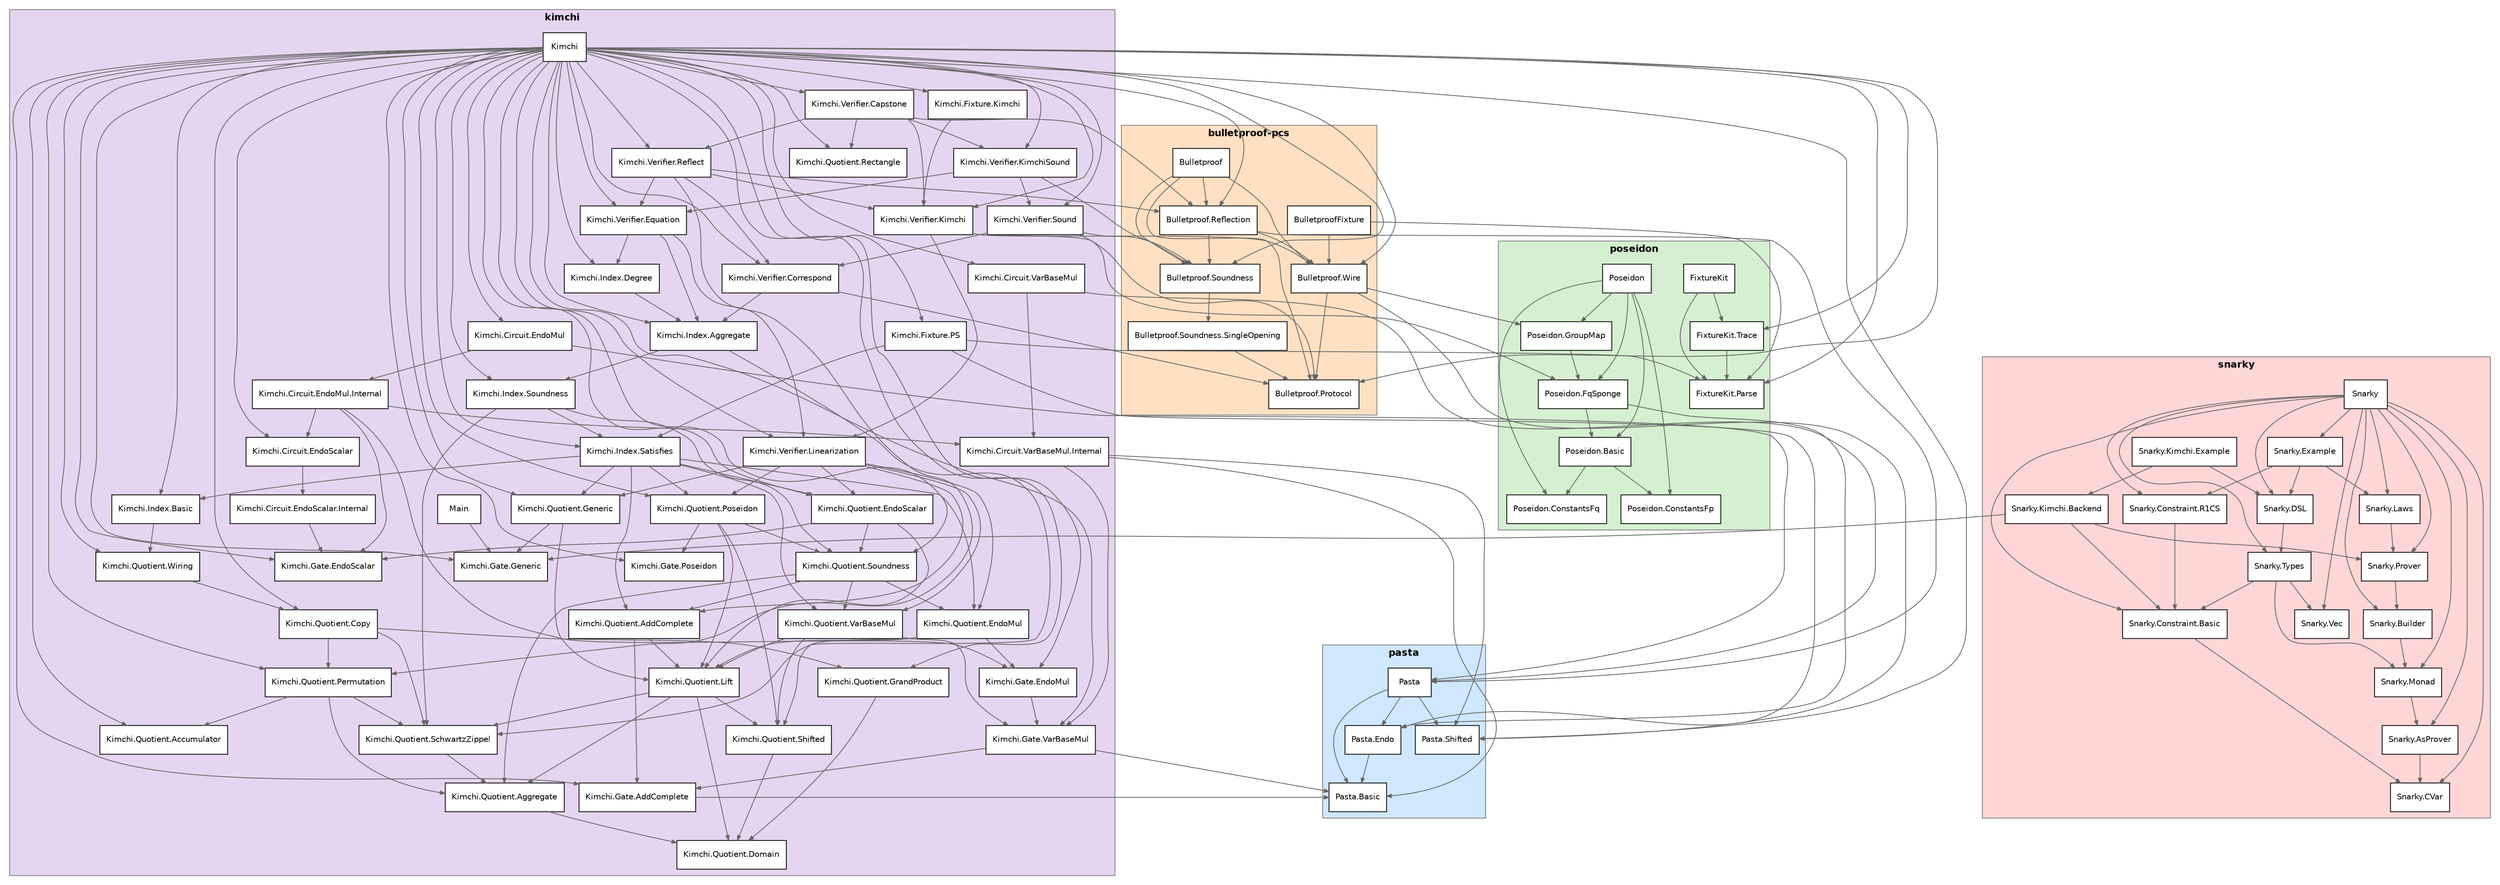
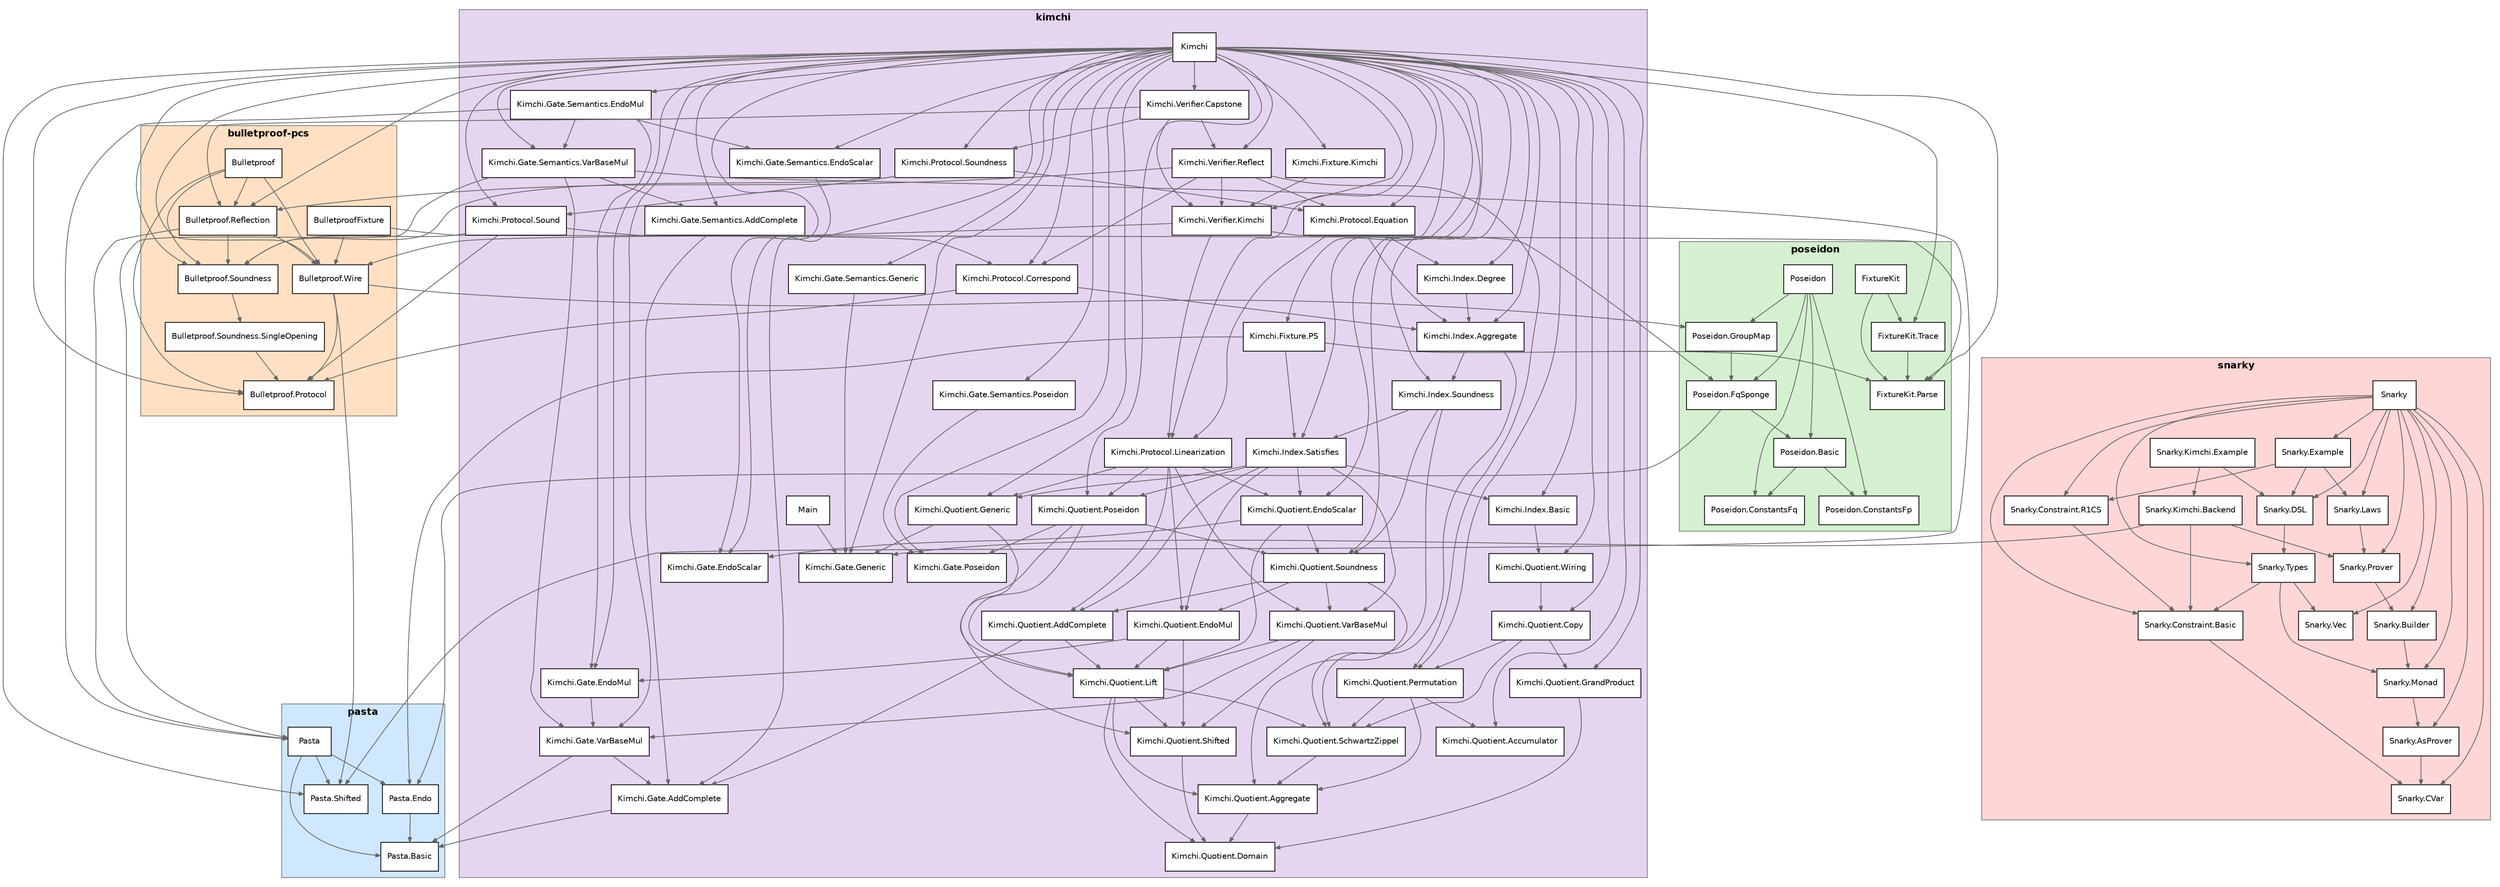
digraph "formal-modules" {
  rankdir=TB;
  node [shape=box, style=filled, fillcolor=white, fontsize=10, fontname="Helvetica"];
  edge [color=gray40, arrowsize=0.6];
  subgraph "cluster_pasta" {
    label="pasta"; style=filled; fillcolor="#cfe8ff";
    color=gray50; fontsize=12; fontname="Helvetica-Bold";
    "Pasta.Basic";
    "Pasta.Endo";
    "Pasta";
    "Pasta.Shifted";
  }
  subgraph "cluster_poseidon" {
    label="poseidon"; style=filled; fillcolor="#d5f0d0";
    color=gray50; fontsize=12; fontname="Helvetica-Bold";
    "FixtureKit";
    "FixtureKit.Parse";
    "FixtureKit.Trace";
    "Poseidon.Basic";
    "Poseidon.ConstantsFp";
    "Poseidon.ConstantsFq";
    "Poseidon.FqSponge";
    "Poseidon.GroupMap";
    "Poseidon";
  }
  subgraph "cluster_bulletproof-pcs" {
    label="bulletproof-pcs"; style=filled; fillcolor="#ffe0c2";
    color=gray50; fontsize=12; fontname="Helvetica-Bold";
    "BulletproofFixture";
    "Bulletproof";
    "Bulletproof.Protocol";
    "Bulletproof.Reflection";
    "Bulletproof.Soundness";
    "Bulletproof.Soundness.SingleOpening";
    "Bulletproof.Wire";
  }
  subgraph "cluster_kimchi" {
    label="kimchi"; style=filled; fillcolor="#e6d5f0";
    color=gray50; fontsize=12; fontname="Helvetica-Bold";
-     "Kimchi.Circuit.EndoMul.Internal";
-     "Kimchi.Circuit.EndoMul";
-     "Kimchi.Circuit.EndoScalar.Internal";
-     "Kimchi.Circuit.EndoScalar";
-     "Kimchi.Circuit.VarBaseMul.Internal";
-     "Kimchi.Circuit.VarBaseMul";
    "Kimchi.Fixture.Kimchi";
    "Kimchi.Fixture.PS";
    "Kimchi.Gate.AddComplete";
    "Kimchi.Gate.EndoMul";
    "Kimchi.Gate.EndoScalar";
    "Kimchi.Gate.Generic";
    "Kimchi.Gate.Poseidon";
+     "Kimchi.Gate.Semantics.AddComplete";
+     "Kimchi.Gate.Semantics.EndoMul";
+     "Kimchi.Gate.Semantics.EndoScalar";
+     "Kimchi.Gate.Semantics.Generic";
+     "Kimchi.Gate.Semantics.Poseidon";
+     "Kimchi.Gate.Semantics.VarBaseMul";
    "Kimchi.Gate.VarBaseMul";
    "Kimchi.Index.Aggregate";
    "Kimchi.Index.Basic";
    "Kimchi.Index.Degree";
    "Kimchi.Index.Satisfies";
    "Kimchi.Index.Soundness";
    "Kimchi";
+     "Kimchi.Protocol.Correspond";
+     "Kimchi.Protocol.Equation";
+     "Kimchi.Protocol.Linearization";
+     "Kimchi.Protocol.Sound";
+     "Kimchi.Protocol.Soundness";
    "Kimchi.Quotient.Accumulator";
    "Kimchi.Quotient.AddComplete";
    "Kimchi.Quotient.Aggregate";
    "Kimchi.Quotient.Copy";
    "Kimchi.Quotient.Domain";
    "Kimchi.Quotient.EndoMul";
    "Kimchi.Quotient.EndoScalar";
    "Kimchi.Quotient.Generic";
    "Kimchi.Quotient.GrandProduct";
    "Kimchi.Quotient.Lift";
    "Kimchi.Quotient.Permutation";
    "Kimchi.Quotient.Poseidon";
-     "Kimchi.Quotient.Rectangle";
    "Kimchi.Quotient.SchwartzZippel";
    "Kimchi.Quotient.Shifted";
    "Kimchi.Quotient.Soundness";
    "Kimchi.Quotient.VarBaseMul";
    "Kimchi.Quotient.Wiring";
    "Kimchi.Verifier.Capstone";
-     "Kimchi.Verifier.Correspond";
-     "Kimchi.Verifier.Equation";
    "Kimchi.Verifier.Kimchi";
-     "Kimchi.Verifier.KimchiSound";
-     "Kimchi.Verifier.Linearization";
    "Kimchi.Verifier.Reflect";
-     "Kimchi.Verifier.Sound";
    "Main";
  }
  subgraph "cluster_snarky" {
    label="snarky"; style=filled; fillcolor="#ffd6d6";
    color=gray50; fontsize=12; fontname="Helvetica-Bold";
    "Snarky.AsProver";
    "Snarky.Builder";
    "Snarky.Constraint.Basic";
    "Snarky.Constraint.R1CS";
    "Snarky.CVar";
    "Snarky.DSL";
    "Snarky.Example";
    "Snarky.Kimchi.Backend";
    "Snarky.Kimchi.Example";
    "Snarky.Laws";
    "Snarky";
    "Snarky.Monad";
    "Snarky.Prover";
    "Snarky.Types";
    "Snarky.Vec";
  }
  "Pasta.Endo" -> "Pasta.Basic";
  "Pasta" -> "Pasta.Basic";
  "Pasta" -> "Pasta.Endo";
  "Pasta" -> "Pasta.Shifted";
  "FixtureKit" -> "FixtureKit.Parse";
  "FixtureKit" -> "FixtureKit.Trace";
  "FixtureKit.Trace" -> "FixtureKit.Parse";
  "Poseidon.Basic" -> "Poseidon.ConstantsFq";
  "Poseidon.Basic" -> "Poseidon.ConstantsFp";
  "Poseidon.FqSponge" -> "Poseidon.Basic";
  "Poseidon.FqSponge" -> "Pasta.Endo";
  "Poseidon.GroupMap" -> "Poseidon.FqSponge";
  "Poseidon" -> "Poseidon.ConstantsFp";
  "Poseidon" -> "Poseidon.ConstantsFq";
  "Poseidon" -> "Poseidon.Basic";
  "Poseidon" -> "Poseidon.FqSponge";
  "Poseidon" -> "Poseidon.GroupMap";
  "BulletproofFixture" -> "Bulletproof.Wire";
  "BulletproofFixture" -> "FixtureKit.Parse";
  "Bulletproof" -> "Bulletproof.Protocol";
  "Bulletproof" -> "Bulletproof.Wire";
  "Bulletproof" -> "Bulletproof.Soundness";
  "Bulletproof" -> "Bulletproof.Reflection";
  "Bulletproof.Reflection" -> "Bulletproof.Wire";
  "Bulletproof.Reflection" -> "Bulletproof.Soundness";
  "Bulletproof.Reflection" -> "Pasta";
  "Bulletproof.Soundness" -> "Bulletproof.Soundness.SingleOpening";
  "Bulletproof.Soundness.SingleOpening" -> "Bulletproof.Protocol";
  "Bulletproof.Wire" -> "Pasta.Shifted";
  "Bulletproof.Wire" -> "Poseidon.GroupMap";
  "Bulletproof.Wire" -> "Bulletproof.Protocol";
-   "Kimchi.Circuit.EndoMul.Internal" -> "Kimchi.Gate.EndoMul";
-   "Kimchi.Circuit.EndoMul.Internal" -> "Kimchi.Gate.EndoScalar";
-   "Kimchi.Circuit.EndoMul.Internal" -> "Kimchi.Circuit.EndoScalar";
-   "Kimchi.Circuit.EndoMul.Internal" -> "Kimchi.Circuit.VarBaseMul.Internal";
-   "Kimchi.Circuit.EndoMul" -> "Kimchi.Circuit.EndoMul.Internal";
-   "Kimchi.Circuit.EndoMul" -> "Pasta";
-   "Kimchi.Circuit.EndoScalar.Internal" -> "Kimchi.Gate.EndoScalar";
-   "Kimchi.Circuit.EndoScalar" -> "Kimchi.Circuit.EndoScalar.Internal";
-   "Kimchi.Circuit.VarBaseMul.Internal" -> "Pasta.Basic";
-   "Kimchi.Circuit.VarBaseMul.Internal" -> "Kimchi.Gate.VarBaseMul";
-   "Kimchi.Circuit.VarBaseMul.Internal" -> "Pasta.Shifted";
-   "Kimchi.Circuit.VarBaseMul" -> "Kimchi.Circuit.VarBaseMul.Internal";
-   "Kimchi.Circuit.VarBaseMul" -> "Pasta";
  "Kimchi.Fixture.Kimchi" -> "Kimchi.Verifier.Kimchi";
  "Kimchi.Fixture.PS" -> "Kimchi.Index.Satisfies";
  "Kimchi.Fixture.PS" -> "FixtureKit.Parse";
  "Kimchi.Fixture.PS" -> "Pasta.Endo";
  "Kimchi.Gate.AddComplete" -> "Pasta.Basic";
  "Kimchi.Gate.EndoMul" -> "Kimchi.Gate.VarBaseMul";
+   "Kimchi.Gate.Semantics.AddComplete" -> "Kimchi.Gate.AddComplete";
+   "Kimchi.Gate.Semantics.EndoMul" -> "Kimchi.Gate.EndoMul";
+   "Kimchi.Gate.Semantics.EndoMul" -> "Kimchi.Gate.Semantics.VarBaseMul";
+   "Kimchi.Gate.Semantics.EndoMul" -> "Kimchi.Gate.Semantics.EndoScalar";
+   "Kimchi.Gate.Semantics.EndoMul" -> "Pasta";
+   "Kimchi.Gate.Semantics.EndoScalar" -> "Kimchi.Gate.EndoScalar";
+   "Kimchi.Gate.Semantics.Generic" -> "Kimchi.Gate.Generic";
+   "Kimchi.Gate.Semantics.Poseidon" -> "Kimchi.Gate.Poseidon";
+   "Kimchi.Gate.Semantics.VarBaseMul" -> "Kimchi.Gate.VarBaseMul";
+   "Kimchi.Gate.Semantics.VarBaseMul" -> "Kimchi.Gate.Semantics.AddComplete";
+   "Kimchi.Gate.Semantics.VarBaseMul" -> "Pasta";
+   "Kimchi.Gate.Semantics.VarBaseMul" -> "Pasta.Shifted";
  "Kimchi.Gate.VarBaseMul" -> "Pasta.Basic";
  "Kimchi.Gate.VarBaseMul" -> "Kimchi.Gate.AddComplete";
  "Kimchi.Index.Aggregate" -> "Kimchi.Index.Soundness";
  "Kimchi.Index.Aggregate" -> "Kimchi.Quotient.SchwartzZippel";
  "Kimchi.Index.Basic" -> "Kimchi.Quotient.Wiring";
  "Kimchi.Index.Degree" -> "Kimchi.Index.Aggregate";
  "Kimchi.Index.Satisfies" -> "Kimchi.Index.Basic";
  "Kimchi.Index.Satisfies" -> "Kimchi.Quotient.Generic";
  "Kimchi.Index.Satisfies" -> "Kimchi.Quotient.Poseidon";
  "Kimchi.Index.Satisfies" -> "Kimchi.Quotient.AddComplete";
  "Kimchi.Index.Satisfies" -> "Kimchi.Quotient.VarBaseMul";
  "Kimchi.Index.Satisfies" -> "Kimchi.Quotient.EndoMul";
  "Kimchi.Index.Satisfies" -> "Kimchi.Quotient.EndoScalar";
  "Kimchi.Index.Soundness" -> "Kimchi.Index.Satisfies";
  "Kimchi.Index.Soundness" -> "Kimchi.Quotient.Soundness";
  "Kimchi.Index.Soundness" -> "Kimchi.Quotient.SchwartzZippel";
  "Kimchi" -> "Pasta.Shifted";
  "Kimchi" -> "Kimchi.Gate.Generic";
  "Kimchi" -> "Kimchi.Gate.AddComplete";
  "Kimchi" -> "Kimchi.Gate.VarBaseMul";
  "Kimchi" -> "Kimchi.Gate.EndoScalar";
  "Kimchi" -> "Kimchi.Gate.EndoMul";
  "Kimchi" -> "Kimchi.Gate.Poseidon";
-   "Kimchi" -> "Kimchi.Circuit.VarBaseMul";
-   "Kimchi" -> "Kimchi.Circuit.EndoScalar";
-   "Kimchi" -> "Kimchi.Circuit.EndoMul";
+   "Kimchi" -> "Kimchi.Gate.Semantics.Generic";
+   "Kimchi" -> "Kimchi.Gate.Semantics.AddComplete";
+   "Kimchi" -> "Kimchi.Gate.Semantics.VarBaseMul";
+   "Kimchi" -> "Kimchi.Gate.Semantics.EndoScalar";
+   "Kimchi" -> "Kimchi.Gate.Semantics.EndoMul";
+   "Kimchi" -> "Kimchi.Gate.Semantics.Poseidon";
  "Kimchi" -> "Bulletproof.Protocol";
  "Kimchi" -> "Bulletproof.Soundness";
  "Kimchi" -> "Kimchi.Quotient.Generic";
  "Kimchi" -> "Kimchi.Quotient.EndoScalar";
  "Kimchi" -> "Kimchi.Quotient.Poseidon";
  "Kimchi" -> "Kimchi.Quotient.Accumulator";
  "Kimchi" -> "Kimchi.Quotient.Copy";
  "Kimchi" -> "Kimchi.Index.Basic";
  "Kimchi" -> "Kimchi.Index.Satisfies";
  "Kimchi" -> "Kimchi.Index.Aggregate";
  "Kimchi" -> "Kimchi.Index.Degree";
  "Kimchi" -> "Kimchi.Index.Soundness";
  "Kimchi" -> "Kimchi.Quotient.Wiring";
  "Kimchi" -> "Kimchi.Quotient.Permutation";
  "Kimchi" -> "Kimchi.Quotient.GrandProduct";
  "Kimchi" -> "Kimchi.Quotient.Soundness";
  "Kimchi" -> "Kimchi.Fixture.Kimchi";
  "Kimchi" -> "Kimchi.Fixture.PS";
  "Kimchi" -> "FixtureKit.Parse";
  "Kimchi" -> "FixtureKit.Trace";
  "Kimchi" -> "Bulletproof.Wire";
-   "Kimchi" -> "Kimchi.Verifier.Linearization";
+   "Kimchi" -> "Kimchi.Protocol.Linearization";
+   "Kimchi" -> "Kimchi.Protocol.Equation";
+   "Kimchi" -> "Kimchi.Protocol.Correspond";
+   "Kimchi" -> "Kimchi.Protocol.Sound";
+   "Kimchi" -> "Kimchi.Protocol.Soundness";
+   "Kimchi" -> "Bulletproof.Reflection";
  "Kimchi" -> "Kimchi.Verifier.Kimchi";
-   "Kimchi" -> "Kimchi.Verifier.Correspond";
-   "Kimchi" -> "Kimchi.Verifier.Sound";
-   "Kimchi" -> "Kimchi.Verifier.KimchiSound";
-   "Kimchi" -> "Kimchi.Verifier.Equation";
-   "Kimchi" -> "Kimchi.Quotient.Rectangle";
-   "Kimchi" -> "Bulletproof.Reflection";
  "Kimchi" -> "Kimchi.Verifier.Reflect";
  "Kimchi" -> "Kimchi.Verifier.Capstone";
+   "Kimchi.Protocol.Correspond" -> "Kimchi.Index.Aggregate";
+   "Kimchi.Protocol.Correspond" -> "Bulletproof.Protocol";
+   "Kimchi.Protocol.Equation" -> "Kimchi.Protocol.Linearization";
+   "Kimchi.Protocol.Equation" -> "Kimchi.Index.Aggregate";
+   "Kimchi.Protocol.Equation" -> "Kimchi.Index.Degree";
+   "Kimchi.Protocol.Linearization" -> "Kimchi.Quotient.Generic";
+   "Kimchi.Protocol.Linearization" -> "Kimchi.Quotient.Poseidon";
+   "Kimchi.Protocol.Linearization" -> "Kimchi.Quotient.AddComplete";
+   "Kimchi.Protocol.Linearization" -> "Kimchi.Quotient.VarBaseMul";
+   "Kimchi.Protocol.Linearization" -> "Kimchi.Quotient.EndoMul";
+   "Kimchi.Protocol.Linearization" -> "Kimchi.Quotient.EndoScalar";
+   "Kimchi.Protocol.Sound" -> "Bulletproof.Protocol";
+   "Kimchi.Protocol.Sound" -> "Bulletproof.Soundness";
+   "Kimchi.Protocol.Sound" -> "Kimchi.Protocol.Correspond";
+   "Kimchi.Protocol.Soundness" -> "Bulletproof.Soundness";
+   "Kimchi.Protocol.Soundness" -> "Kimchi.Protocol.Sound";
+   "Kimchi.Protocol.Soundness" -> "Kimchi.Protocol.Equation";
  "Kimchi.Quotient.AddComplete" -> "Kimchi.Quotient.Lift";
  "Kimchi.Quotient.AddComplete" -> "Kimchi.Gate.AddComplete";
  "Kimchi.Quotient.Aggregate" -> "Kimchi.Quotient.Domain";
  "Kimchi.Quotient.Copy" -> "Kimchi.Quotient.GrandProduct";
  "Kimchi.Quotient.Copy" -> "Kimchi.Quotient.Permutation";
  "Kimchi.Quotient.Copy" -> "Kimchi.Quotient.SchwartzZippel";
  "Kimchi.Quotient.EndoMul" -> "Kimchi.Quotient.Lift";
  "Kimchi.Quotient.EndoMul" -> "Kimchi.Quotient.Shifted";
  "Kimchi.Quotient.EndoMul" -> "Kimchi.Gate.EndoMul";
  "Kimchi.Quotient.EndoScalar" -> "Kimchi.Quotient.Lift";
  "Kimchi.Quotient.EndoScalar" -> "Kimchi.Quotient.Soundness";
  "Kimchi.Quotient.EndoScalar" -> "Kimchi.Gate.EndoScalar";
  "Kimchi.Quotient.Generic" -> "Kimchi.Quotient.Lift";
  "Kimchi.Quotient.Generic" -> "Kimchi.Gate.Generic";
  "Kimchi.Quotient.GrandProduct" -> "Kimchi.Quotient.Domain";
  "Kimchi.Quotient.Lift" -> "Kimchi.Quotient.Domain";
  "Kimchi.Quotient.Lift" -> "Kimchi.Quotient.Shifted";
  "Kimchi.Quotient.Lift" -> "Kimchi.Quotient.Aggregate";
  "Kimchi.Quotient.Lift" -> "Kimchi.Quotient.SchwartzZippel";
  "Kimchi.Quotient.Permutation" -> "Kimchi.Quotient.Accumulator";
  "Kimchi.Quotient.Permutation" -> "Kimchi.Quotient.Aggregate";
  "Kimchi.Quotient.Permutation" -> "Kimchi.Quotient.SchwartzZippel";
  "Kimchi.Quotient.Poseidon" -> "Kimchi.Quotient.Lift";
  "Kimchi.Quotient.Poseidon" -> "Kimchi.Quotient.Shifted";
  "Kimchi.Quotient.Poseidon" -> "Kimchi.Quotient.Soundness";
  "Kimchi.Quotient.Poseidon" -> "Kimchi.Gate.Poseidon";
  "Kimchi.Quotient.SchwartzZippel" -> "Kimchi.Quotient.Aggregate";
  "Kimchi.Quotient.Shifted" -> "Kimchi.Quotient.Domain";
  "Kimchi.Quotient.Soundness" -> "Kimchi.Quotient.Aggregate";
  "Kimchi.Quotient.Soundness" -> "Kimchi.Quotient.AddComplete";
  "Kimchi.Quotient.Soundness" -> "Kimchi.Quotient.VarBaseMul";
  "Kimchi.Quotient.Soundness" -> "Kimchi.Quotient.EndoMul";
  "Kimchi.Quotient.VarBaseMul" -> "Kimchi.Quotient.Lift";
  "Kimchi.Quotient.VarBaseMul" -> "Kimchi.Quotient.Shifted";
  "Kimchi.Quotient.VarBaseMul" -> "Kimchi.Gate.VarBaseMul";
  "Kimchi.Quotient.Wiring" -> "Kimchi.Quotient.Copy";
-   "Kimchi.Verifier.Capstone" -> "Kimchi.Verifier.KimchiSound";
+   "Kimchi.Verifier.Capstone" -> "Kimchi.Protocol.Soundness";
  "Kimchi.Verifier.Capstone" -> "Kimchi.Verifier.Kimchi";
  "Kimchi.Verifier.Capstone" -> "Bulletproof.Reflection";
  "Kimchi.Verifier.Capstone" -> "Kimchi.Verifier.Reflect";
-   "Kimchi.Verifier.Capstone" -> "Kimchi.Quotient.Rectangle";
-   "Kimchi.Verifier.Correspond" -> "Kimchi.Index.Aggregate";
-   "Kimchi.Verifier.Correspond" -> "Bulletproof.Protocol";
-   "Kimchi.Verifier.Equation" -> "Kimchi.Verifier.Linearization";
-   "Kimchi.Verifier.Equation" -> "Kimchi.Index.Aggregate";
-   "Kimchi.Verifier.Equation" -> "Kimchi.Index.Degree";
  "Kimchi.Verifier.Kimchi" -> "Bulletproof.Wire";
-   "Kimchi.Verifier.Kimchi" -> "Kimchi.Verifier.Linearization";
+   "Kimchi.Verifier.Kimchi" -> "Kimchi.Protocol.Linearization";
  "Kimchi.Verifier.Kimchi" -> "Poseidon.FqSponge";
-   "Kimchi.Verifier.KimchiSound" -> "Bulletproof.Soundness";
-   "Kimchi.Verifier.KimchiSound" -> "Kimchi.Verifier.Sound";
-   "Kimchi.Verifier.KimchiSound" -> "Kimchi.Verifier.Equation";
-   "Kimchi.Verifier.Linearization" -> "Kimchi.Quotient.Generic";
-   "Kimchi.Verifier.Linearization" -> "Kimchi.Quotient.Poseidon";
-   "Kimchi.Verifier.Linearization" -> "Kimchi.Quotient.AddComplete";
-   "Kimchi.Verifier.Linearization" -> "Kimchi.Quotient.VarBaseMul";
-   "Kimchi.Verifier.Linearization" -> "Kimchi.Quotient.EndoMul";
-   "Kimchi.Verifier.Linearization" -> "Kimchi.Quotient.EndoScalar";
  "Kimchi.Verifier.Reflect" -> "Kimchi.Verifier.Kimchi";
  "Kimchi.Verifier.Reflect" -> "Bulletproof.Reflection";
-   "Kimchi.Verifier.Reflect" -> "Kimchi.Verifier.Correspond";
-   "Kimchi.Verifier.Reflect" -> "Kimchi.Verifier.Equation";
+   "Kimchi.Verifier.Reflect" -> "Kimchi.Protocol.Correspond";
+   "Kimchi.Verifier.Reflect" -> "Kimchi.Protocol.Equation";
  "Kimchi.Verifier.Reflect" -> "Kimchi.Quotient.Permutation";
-   "Kimchi.Verifier.Sound" -> "Bulletproof.Protocol";
-   "Kimchi.Verifier.Sound" -> "Bulletproof.Soundness";
-   "Kimchi.Verifier.Sound" -> "Kimchi.Verifier.Correspond";
  "Main" -> "Kimchi.Gate.Generic";
  "Snarky.AsProver" -> "Snarky.CVar";
  "Snarky.Builder" -> "Snarky.Monad";
  "Snarky.Constraint.Basic" -> "Snarky.CVar";
  "Snarky.Constraint.R1CS" -> "Snarky.Constraint.Basic";
  "Snarky.DSL" -> "Snarky.Types";
  "Snarky.Example" -> "Snarky.DSL";
  "Snarky.Example" -> "Snarky.Constraint.R1CS";
  "Snarky.Example" -> "Snarky.Laws";
  "Snarky.Kimchi.Backend" -> "Snarky.Constraint.Basic";
  "Snarky.Kimchi.Backend" -> "Snarky.Prover";
  "Snarky.Kimchi.Backend" -> "Kimchi.Gate.Generic";
  "Snarky.Kimchi.Example" -> "Snarky.Kimchi.Backend";
  "Snarky.Kimchi.Example" -> "Snarky.DSL";
  "Snarky.Laws" -> "Snarky.Prover";
  "Snarky" -> "Snarky.CVar";
  "Snarky" -> "Snarky.AsProver";
  "Snarky" -> "Snarky.Monad";
  "Snarky" -> "Snarky.Builder";
  "Snarky" -> "Snarky.Prover";
  "Snarky" -> "Snarky.Vec";
  "Snarky" -> "Snarky.Constraint.Basic";
  "Snarky" -> "Snarky.Constraint.R1CS";
  "Snarky" -> "Snarky.Types";
  "Snarky" -> "Snarky.DSL";
  "Snarky" -> "Snarky.Laws";
  "Snarky" -> "Snarky.Example";
  "Snarky.Monad" -> "Snarky.AsProver";
  "Snarky.Prover" -> "Snarky.Builder";
  "Snarky.Types" -> "Snarky.Monad";
  "Snarky.Types" -> "Snarky.Vec";
  "Snarky.Types" -> "Snarky.Constraint.Basic";
}
